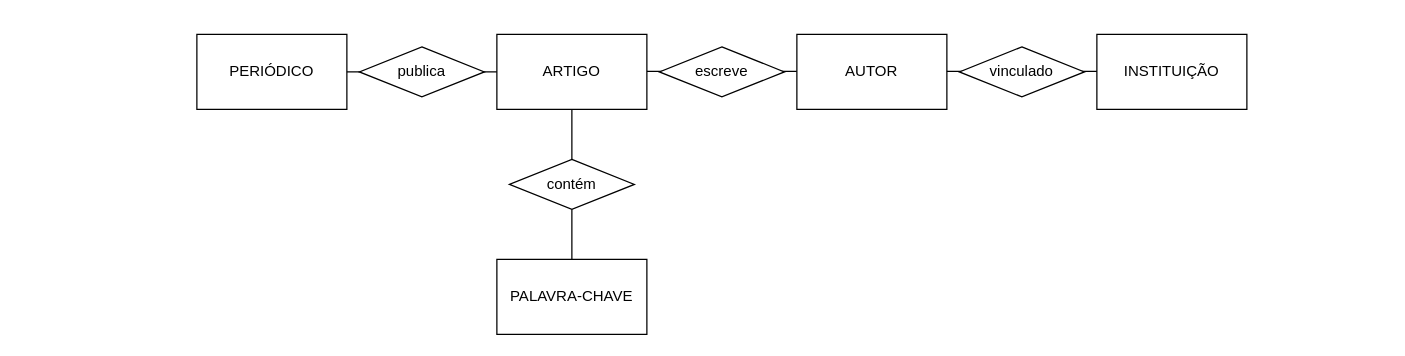
Before: ARTIGOS.drawio in pedrOfsilveira/BD-2023, a draw.io diagram. Source tidied: cells renumbered, new cells numbered last; positions are measured from the earlier drawing's top-left corner, leaving out a move shared by most shapes. Both pictures are drawn from the tidied source at 125%, with x=0, y=0 at pixel (196, 34).
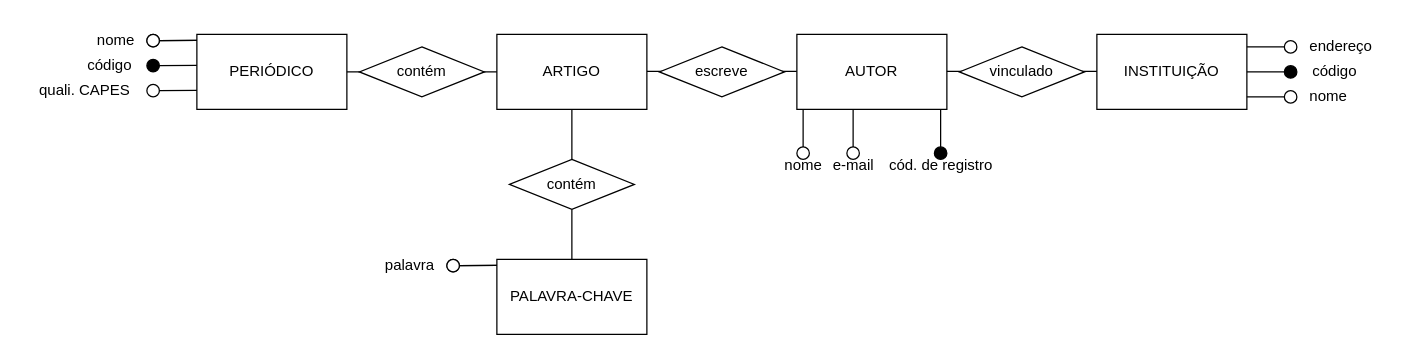
The same diagram, later.

What changed in the source:
```diff
@@
-    <mxCell id="10" value="publica" style="rhombus;whiteSpace=wrap;html=1;" parent="1" vertex="1">
+    <mxCell id="10" value="contém" style="rhombus;whiteSpace=wrap;html=1;" parent="1" vertex="1">
       <mxGeometry x="130" y="10" width="100" height="40" as="geometry" />
     </mxCell>
@@
+    <mxCell id="15" style="ellipse;whiteSpace=wrap;html=1;fontStyle=1;" parent="1" vertex="1">
+      <mxGeometry x="-40" width="10" height="10" as="geometry" />
+    </mxCell>
+    <mxCell id="16" style="endArrow=none;html=1;rounded=0;exitX=1;exitY=0.5;exitDx=0;exitDy=0;entryX=0;entryY=0.5;entryDx=0;entryDy=0;fontStyle=1;" parent="1" edge="1" source="15">
+      <mxGeometry relative="1" as="geometry">
+        <mxPoint y="4.8" as="targetPoint" />
+      </mxGeometry>
+    </mxCell>
+    <mxCell id="17" value="nome" style="text;html=1;align=center;verticalAlign=middle;strokeColor=none;fillColor=none;" parent="1" vertex="1">
+      <mxGeometry x="-90" y="-10" width="50" height="30" as="geometry" />
+    </mxCell>
+    <mxCell id="18" style="ellipse;whiteSpace=wrap;html=1;fillColor=#000000;" parent="1" vertex="1">
+      <mxGeometry x="-40" y="20" width="10" height="10" as="geometry" />
+    </mxCell>
+    <mxCell id="19" style="endArrow=none;html=1;rounded=0;exitX=1;exitY=0.5;exitDx=0;exitDy=0;entryX=0;entryY=0.5;entryDx=0;entryDy=0;" parent="1" edge="1" source="18">
+      <mxGeometry relative="1" as="geometry">
+        <mxPoint y="24.8" as="targetPoint" />
+      </mxGeometry>
+    </mxCell>
+    <mxCell id="20" value="código" style="text;html=1;align=center;verticalAlign=middle;strokeColor=none;fillColor=none;" parent="1" vertex="1">
+      <mxGeometry x="-100" y="10" width="60" height="30" as="geometry" />
+    </mxCell>
+    <mxCell id="21" style="ellipse;whiteSpace=wrap;html=1;" parent="1" vertex="1">
+      <mxGeometry x="-40" width="10" height="10" as="geometry" />
+    </mxCell>
+    <mxCell id="22" style="endArrow=none;html=1;rounded=0;exitX=1;exitY=0.5;exitDx=0;exitDy=0;entryX=0;entryY=0.5;entryDx=0;entryDy=0;" parent="1" edge="1" source="21">
+      <mxGeometry relative="1" as="geometry">
+        <mxPoint y="4.8" as="targetPoint" />
+      </mxGeometry>
+    </mxCell>
+    <mxCell id="23" style="ellipse;whiteSpace=wrap;html=1;" parent="1" vertex="1">
+      <mxGeometry x="-40" y="40" width="10" height="10" as="geometry" />
+    </mxCell>
+    <mxCell id="24" style="endArrow=none;html=1;rounded=0;exitX=1;exitY=0.5;exitDx=0;exitDy=0;entryX=0;entryY=0.5;entryDx=0;entryDy=0;" parent="1" edge="1" source="23">
+      <mxGeometry relative="1" as="geometry">
+        <mxPoint y="44.8" as="targetPoint" />
+      </mxGeometry>
+    </mxCell>
+    <mxCell id="25" value="quali. CAPES" style="text;html=1;align=center;verticalAlign=middle;strokeColor=none;fillColor=none;" parent="1" vertex="1">
+      <mxGeometry x="-140" y="30" width="100" height="30" as="geometry" />
+    </mxCell>
+    <mxCell id="26" style="endArrow=none;html=1;rounded=0;entryX=0.5;entryY=1;entryDx=0;entryDy=0;exitX=0.375;exitY=0;exitDx=0;exitDy=0;exitPerimeter=0;" parent="1" edge="1">
+      <mxGeometry relative="1" as="geometry">
+        <mxPoint x="865" y="5" as="sourcePoint" />
+        <mxPoint x="865" y="5" as="targetPoint" />
+      </mxGeometry>
+    </mxCell>
+    <mxCell id="27" style="ellipse;whiteSpace=wrap;html=1;" parent="1" vertex="1">
+      <mxGeometry x="870" y="5" width="10" height="10" as="geometry" />
+    </mxCell>
+    <mxCell id="28" style="endArrow=none;html=1;rounded=0;exitX=1;exitY=0.25;exitDx=0;exitDy=0;entryX=0;entryY=0.5;entryDx=0;entryDy=0;" parent="1" edge="1" target="27">
+      <mxGeometry relative="1" as="geometry">
+        <mxPoint x="840" y="10" as="sourcePoint" />
+      </mxGeometry>
+    </mxCell>
+    <mxCell id="29" style="ellipse;whiteSpace=wrap;html=1;fillColor=#000000;" parent="1" vertex="1">
+      <mxGeometry x="870" y="25" width="10" height="10" as="geometry" />
+    </mxCell>
+    <mxCell id="30" style="endArrow=none;html=1;rounded=0;exitX=1;exitY=0.25;exitDx=0;exitDy=0;entryX=0;entryY=0.5;entryDx=0;entryDy=0;" parent="1" edge="1" target="29">
+      <mxGeometry relative="1" as="geometry">
+        <mxPoint x="840" y="30" as="sourcePoint" />
+      </mxGeometry>
+    </mxCell>
+    <mxCell id="31" style="ellipse;whiteSpace=wrap;html=1;" parent="1" vertex="1">
+      <mxGeometry x="870" y="45" width="10" height="10" as="geometry" />
+    </mxCell>
+    <mxCell id="32" style="endArrow=none;html=1;rounded=0;exitX=1;exitY=0.25;exitDx=0;exitDy=0;entryX=0;entryY=0.5;entryDx=0;entryDy=0;" parent="1" edge="1" target="31">
+      <mxGeometry relative="1" as="geometry">
+        <mxPoint x="840" y="50" as="sourcePoint" />
+      </mxGeometry>
+    </mxCell>
+    <mxCell id="33" value="endereço" style="text;html=1;align=center;verticalAlign=middle;strokeColor=none;fillColor=none;" parent="1" vertex="1">
+      <mxGeometry x="880" y="-5" width="70" height="30" as="geometry" />
+    </mxCell>
+    <mxCell id="34" value="código" style="text;html=1;align=center;verticalAlign=middle;strokeColor=none;fillColor=none;" parent="1" vertex="1">
+      <mxGeometry x="880" y="15" width="60" height="30" as="geometry" />
+    </mxCell>
+    <mxCell id="35" value="nome" style="text;html=1;align=center;verticalAlign=middle;strokeColor=none;fillColor=none;" parent="1" vertex="1">
+      <mxGeometry x="880" y="35" width="50" height="30" as="geometry" />
+    </mxCell>
+    <mxCell id="36" style="endArrow=none;html=1;rounded=0;exitX=1;exitY=0.25;exitDx=0;exitDy=0;entryX=0.5;entryY=0;entryDx=0;entryDy=0;" parent="1" edge="1" target="37">
+      <mxGeometry relative="1" as="geometry">
+        <mxPoint x="595" y="60" as="sourcePoint" />
+      </mxGeometry>
+    </mxCell>
+    <mxCell id="37" style="ellipse;whiteSpace=wrap;html=1;fillColor=#000000;" parent="1" vertex="1">
+      <mxGeometry x="590" y="90" width="10" height="10" as="geometry" />
+    </mxCell>
+    <mxCell id="38" style="endArrow=none;html=1;rounded=0;exitX=1;exitY=0.25;exitDx=0;exitDy=0;entryX=0.5;entryY=0;entryDx=0;entryDy=0;" parent="1" edge="1" target="39">
+      <mxGeometry relative="1" as="geometry">
+        <mxPoint x="485" y="60" as="sourcePoint" />
+      </mxGeometry>
+    </mxCell>
+    <mxCell id="39" style="ellipse;whiteSpace=wrap;html=1;" parent="1" vertex="1">
+      <mxGeometry x="480" y="90" width="10" height="10" as="geometry" />
+    </mxCell>
+    <mxCell id="40" value="nome" style="text;html=1;align=center;verticalAlign=middle;strokeColor=none;fillColor=none;" parent="1" vertex="1">
+      <mxGeometry x="460" y="90" width="50" height="30" as="geometry" />
+    </mxCell>
+    <mxCell id="41" style="endArrow=none;html=1;rounded=0;exitX=1;exitY=0.25;exitDx=0;exitDy=0;entryX=0.5;entryY=0;entryDx=0;entryDy=0;" parent="1" edge="1" target="42">
+      <mxGeometry relative="1" as="geometry">
+        <mxPoint x="525" y="60" as="sourcePoint" />
+      </mxGeometry>
+    </mxCell>
+    <mxCell id="42" style="ellipse;whiteSpace=wrap;html=1;" parent="1" vertex="1">
+      <mxGeometry x="520" y="90" width="10" height="10" as="geometry" />
+    </mxCell>
+    <mxCell id="43" value="e-mail" style="text;html=1;align=center;verticalAlign=middle;strokeColor=none;fillColor=none;" parent="1" vertex="1">
+      <mxGeometry x="495" y="90" width="60" height="30" as="geometry" />
+    </mxCell>
+    <mxCell id="44" value="cód. de registro" style="text;html=1;align=center;verticalAlign=middle;strokeColor=none;fillColor=none;" parent="1" vertex="1">
+      <mxGeometry x="540" y="90" width="110" height="30" as="geometry" />
+    </mxCell>
+    <mxCell id="45" style="ellipse;whiteSpace=wrap;html=1;fontStyle=1;" parent="1" vertex="1">
+      <mxGeometry x="200" y="180" width="10" height="10" as="geometry" />
+    </mxCell>
+    <mxCell id="46" style="endArrow=none;html=1;rounded=0;exitX=1;exitY=0.5;exitDx=0;exitDy=0;entryX=0;entryY=0.5;entryDx=0;entryDy=0;fontStyle=1;" parent="1" edge="1" source="45">
+      <mxGeometry relative="1" as="geometry">
+        <mxPoint x="240" y="184.8" as="targetPoint" />
+      </mxGeometry>
+    </mxCell>
+    <mxCell id="47" style="ellipse;whiteSpace=wrap;html=1;" parent="1" vertex="1">
+      <mxGeometry x="200" y="180" width="10" height="10" as="geometry" />
+    </mxCell>
+    <mxCell id="48" style="endArrow=none;html=1;rounded=0;exitX=1;exitY=0.5;exitDx=0;exitDy=0;entryX=0;entryY=0.5;entryDx=0;entryDy=0;" parent="1" edge="1" source="47">
+      <mxGeometry relative="1" as="geometry">
+        <mxPoint x="240" y="184.8" as="targetPoint" />
+      </mxGeometry>
+    </mxCell>
+    <mxCell id="49" value="palavra" style="text;html=1;align=center;verticalAlign=middle;strokeColor=none;fillColor=none;" parent="1" vertex="1">
+      <mxGeometry x="140" y="170" width="60" height="30" as="geometry" />
+    </mxCell>
```
